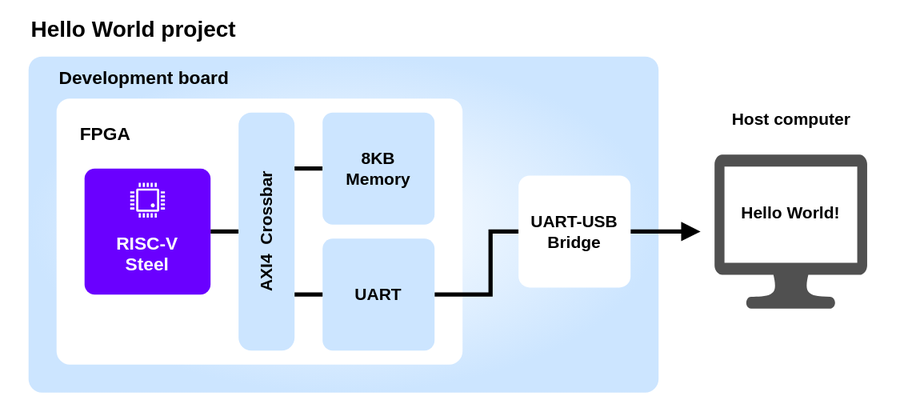
Before: docs/source/images/hello-world.svg, a diagram exported from draw.io (riscv-steel/riscv-steel). Source tidied: cells renumbered, new cells last; positions are measured from the earlier drawing's top-left corner, leaving out a move shared by most shapes.
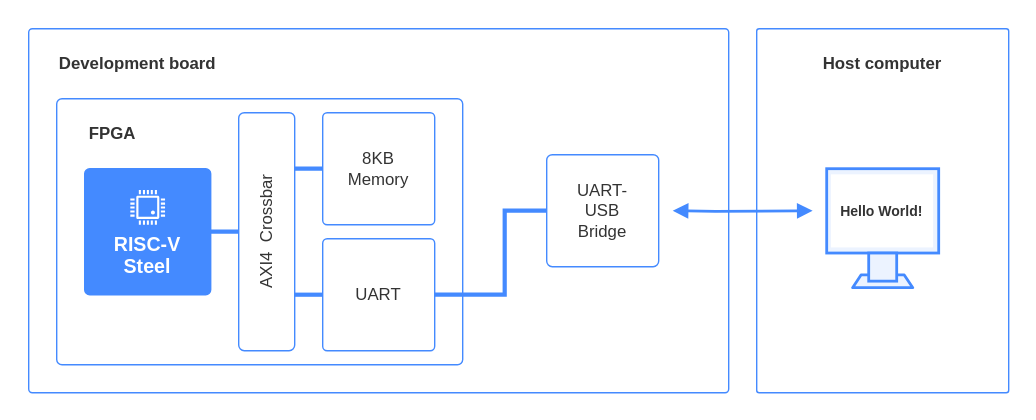
Later version of the same file.

Change to the diagram source:
```diff
@@ -2,81 +2,75 @@
   <root>
     <mxCell id="0" />
     <mxCell id="1" parent="0" />
-    <mxCell id="2" style="rounded=1;whiteSpace=wrap;html=1;fillColor=#FFFFFF;fontColor=#333333;strokeColor=none;gradientColor=none;gradientDirection=radial;strokeWidth=1;arcSize=3;" parent="1" vertex="1">
-      <mxGeometry width="660" height="300" as="geometry" />
+    <mxCell id="2" style="rounded=1;whiteSpace=wrap;html=1;fillColor=#FFFFFF;fontColor=#333333;strokeColor=none;gradientColor=none;gradientDirection=radial;strokeWidth=1;arcSize=1;fontFamily=Helvetica;fontStyle=0;" parent="1" vertex="1">
+      <mxGeometry width="740" height="300" as="geometry" />
     </mxCell>
+    <mxCell id="24" style="rounded=1;whiteSpace=wrap;html=1;strokeWidth=1;gradientColor=none;fillColor=#FFFFFF;gradientDirection=radial;arcSize=1;strokeColor=#448AFF;fontFamily=Helvetica;fontStyle=0;" parent="1" vertex="1">
+      <mxGeometry x="540" y="20" width="180" height="260" as="geometry" />
+    </mxCell>
+    <mxCell id="25" style="fontColor=#0066CC;verticalAlign=top;verticalLabelPosition=bottom;labelPosition=center;align=center;html=1;fillColor=#ECF3FF;strokeColor=#448AFF;gradientColor=none;gradientDirection=north;strokeWidth=1;shape=mxgraph.networks.monitor;" parent="1" vertex="1">
+      <mxGeometry x="590" y="120" width="80" height="85" as="geometry" />
+    </mxCell>
-    <mxCell id="3" style="rounded=1;whiteSpace=wrap;html=1;strokeWidth=1;gradientColor=#CCE5FF;fillColor=#FFFFFF;gradientDirection=radial;arcSize=4;strokeColor=none;" parent="1" vertex="1">
-      <mxGeometry x="20" y="40" width="450" height="240" as="geometry" />
+    <mxCell id="3" style="rounded=1;whiteSpace=wrap;html=1;strokeWidth=1;gradientColor=none;fillColor=#FFFFFF;gradientDirection=radial;arcSize=1;strokeColor=#448AFF;fontFamily=Helvetica;fontStyle=0;" parent="1" vertex="1">
+      <mxGeometry x="20" y="20" width="500" height="260" as="geometry" />
     </mxCell>
-    <mxCell id="4" style="rounded=1;whiteSpace=wrap;html=1;fillColor=#FFFFFF;fontColor=#333333;strokeColor=none;gradientColor=none;gradientDirection=east;strokeWidth=1;arcSize=5;" parent="1" vertex="1">
+    <mxCell id="4" style="rounded=1;whiteSpace=wrap;html=1;fillColor=#FFFFFF;fontColor=#333333;strokeColor=#448AFF;gradientColor=none;gradientDirection=east;strokeWidth=1;arcSize=2;fontFamily=Helvetica;fontStyle=0;" parent="1" vertex="1">
       <mxGeometry x="40" y="70" width="290" height="190" as="geometry" />
     </mxCell>
-    <mxCell id="5" style="edgeStyle=orthogonalEdgeStyle;rounded=0;jettySize=auto;html=1;entryX=0;entryY=0.5;entryDx=0;entryDy=0;strokeWidth=3;startArrow=none;startFill=0;endArrow=none;endFill=0;" parent="1" edge="1" source="6" target="8">
+    <mxCell id="5" style="edgeStyle=orthogonalEdgeStyle;rounded=0;jettySize=auto;html=1;entryX=0;entryY=0.5;entryDx=0;entryDy=0;strokeWidth=3;startArrow=none;startFill=0;endArrow=none;endFill=0;fontFamily=Helvetica;fontStyle=0;strokeColor=#448AFF;" parent="1" edge="1" source="6" target="8">
       <mxGeometry relative="1" as="geometry" />
     </mxCell>
-    <mxCell id="6" value="&lt;br&gt;&lt;br&gt;RISC-V&lt;br style=&quot;font-size: 13px;&quot;&gt;Steel" style="rounded=1;whiteSpace=wrap;html=1;strokeWidth=1;arcSize=8;fontStyle=1;fontSize=13;fontFamily=Helvetica;fillColor=#6A00FF;strokeColor=none;fontColor=#ffffff;" parent="1" vertex="1">
+    <mxCell id="6" value="&lt;font style=&quot;font-size: 9px;&quot;&gt;&lt;br style=&quot;&quot;&gt;&lt;/font&gt;&lt;br style=&quot;font-size: 14px;&quot;&gt;RISC-V&lt;br style=&quot;font-size: 14px;&quot;&gt;Steel" style="rounded=1;whiteSpace=wrap;html=1;strokeWidth=1;arcSize=4;fontStyle=1;fontSize=14;fontFamily=Helvetica;fillColor=#448AFF;strokeColor=#448AFF;fontColor=#FFFFFF;" parent="1" vertex="1">
       <mxGeometry x="60" y="120" width="90" height="90" as="geometry" />
     </mxCell>
-    <mxCell id="7" style="shadow=0;dashed=0;html=1;strokeColor=none;fillColor=#FFFFFF;labelPosition=center;verticalLabelPosition=bottom;verticalAlign=top;align=center;shape=mxgraph.veeam.cpu;" parent="1" vertex="1">
-      <mxGeometry x="92.6" y="130.2" width="24.8" height="24.8" as="geometry" />
+    <mxCell id="7" style="shadow=0;dashed=0;html=1;strokeColor=none;fillColor=#FFFFFF;labelPosition=center;verticalLabelPosition=bottom;verticalAlign=top;align=center;shape=mxgraph.veeam.cpu;fontFamily=Helvetica;fontStyle=0;fontColor=#4D4D4D;strokeWidth=1;" parent="1" vertex="1">
+      <mxGeometry x="92.6" y="135.2" width="24.8" height="24.8" as="geometry" />
     </mxCell>
-    <mxCell id="8" value="AXI4&amp;nbsp; Crossbar" style="rounded=1;whiteSpace=wrap;html=1;strokeWidth=1;arcSize=23;fontStyle=1;fontSize=12;fontFamily=Helvetica;horizontal=0;strokeColor=none;fillColor=#CCE5FF;" parent="1" vertex="1">
+    <mxCell id="8" value="AXI4&amp;nbsp; Crossbar" style="rounded=1;whiteSpace=wrap;html=1;strokeWidth=1;arcSize=10;fontStyle=0;fontSize=12;fontFamily=Helvetica;horizontal=0;strokeColor=#448AFF;fillColor=default;fontColor=#333333;" parent="1" vertex="1">
       <mxGeometry x="170" y="80" width="40" height="170" as="geometry" />
     </mxCell>
-    <mxCell id="9" style="edgeStyle=orthogonalEdgeStyle;rounded=0;jettySize=auto;html=1;entryX=1;entryY=0.235;entryDx=0;entryDy=0;entryPerimeter=0;endArrow=none;endFill=0;strokeWidth=3;" parent="1" edge="1" source="10" target="8">
+    <mxCell id="9" style="edgeStyle=orthogonalEdgeStyle;rounded=0;jettySize=auto;html=1;entryX=1;entryY=0.235;entryDx=0;entryDy=0;entryPerimeter=0;endArrow=none;endFill=0;strokeWidth=3;fontFamily=Helvetica;fontStyle=0;strokeColor=#448AFF;" parent="1" edge="1" source="10" target="8">
       <mxGeometry relative="1" as="geometry" />
     </mxCell>
-    <mxCell id="10" value="8KB&lt;br style=&quot;font-size: 12px;&quot;&gt;Memory" style="rounded=1;whiteSpace=wrap;html=1;strokeWidth=1;arcSize=9;fontStyle=1;fontSize=12;fontFamily=Helvetica;strokeColor=none;fillColor=#CCE5FF;" parent="1" vertex="1">
+    <mxCell id="10" value="8KB&lt;br style=&quot;font-size: 12px;&quot;&gt;Memory" style="rounded=1;whiteSpace=wrap;html=1;strokeWidth=1;arcSize=4;fontStyle=0;fontSize=12;fontFamily=Helvetica;strokeColor=#448AFF;fillColor=default;fontColor=#333333;" parent="1" vertex="1">
       <mxGeometry x="230" y="80" width="80" height="80" as="geometry" />
     </mxCell>
-    <mxCell id="11" style="edgeStyle=orthogonalEdgeStyle;rounded=0;jettySize=auto;html=1;entryX=0;entryY=0.5;entryDx=0;entryDy=0;strokeWidth=3;endArrow=none;endFill=0;startArrow=none;startFill=0;" parent="1" edge="1" source="12" target="16">
+    <mxCell id="11" style="edgeStyle=orthogonalEdgeStyle;rounded=0;jettySize=auto;html=1;entryX=0;entryY=0.5;entryDx=0;entryDy=0;strokeWidth=3;endArrow=none;endFill=0;startArrow=none;startFill=0;fontFamily=Helvetica;fontStyle=0;strokeColor=#448AFF;" parent="1" edge="1" source="12" target="16">
       <mxGeometry relative="1" as="geometry">
         <Array as="points">
-          <mxPoint x="350" y="210" />
-          <mxPoint x="350" y="165" />
+          <mxPoint x="360" y="210" />
+          <mxPoint x="360" y="150" />
         </Array>
       </mxGeometry>
     </mxCell>
-    <mxCell id="12" value="UART" style="rounded=1;whiteSpace=wrap;html=1;strokeWidth=1;arcSize=9;fontStyle=1;fontSize=12;fontFamily=Helvetica;strokeColor=none;fillColor=#CCE5FF;" parent="1" vertex="1">
+    <mxCell id="12" value="UART" style="rounded=1;whiteSpace=wrap;html=1;strokeWidth=1;arcSize=4;fontStyle=0;fontSize=12;fontFamily=Helvetica;strokeColor=#448AFF;fillColor=default;fontColor=#333333;" parent="1" vertex="1">
       <mxGeometry x="230" y="170" width="80" height="80" as="geometry" />
     </mxCell>
-    <mxCell id="13" value="FPGA" style="text;html=1;strokeColor=none;fillColor=none;align=center;verticalAlign=middle;whiteSpace=wrap;rounded=0;fontStyle=1;fontSize=13;fontFamily=Helvetica;" parent="1" vertex="1">
-      <mxGeometry x="40" y="80" width="70" height="30" as="geometry" />
+    <mxCell id="13" value="FPGA" style="text;html=1;strokeColor=none;fillColor=none;align=center;verticalAlign=middle;whiteSpace=wrap;rounded=0;fontStyle=1;fontSize=12;fontFamily=Helvetica;fontColor=#333333;" parent="1" vertex="1">
+      <mxGeometry x="40" y="80" width="80" height="30" as="geometry" />
     </mxCell>
-    <mxCell id="14" value="Development board" style="text;html=1;strokeColor=none;fillColor=none;align=left;verticalAlign=middle;whiteSpace=wrap;rounded=0;fontSize=13;fontStyle=1;fontFamily=Helvetica;" parent="1" vertex="1">
-      <mxGeometry x="40" y="40" width="280" height="30" as="geometry" />
+    <mxCell id="14" value="Development board" style="text;html=1;strokeColor=none;fillColor=none;align=left;verticalAlign=middle;whiteSpace=wrap;rounded=0;fontSize=12;fontStyle=1;fontFamily=Helvetica;fontColor=#333333;" parent="1" vertex="1">
+      <mxGeometry x="40" y="30" width="430" height="30" as="geometry" />
     </mxCell>
-    <mxCell id="15" style="edgeStyle=orthogonalEdgeStyle;rounded=0;jettySize=auto;html=1;strokeWidth=3;endArrow=block;endFill=1;" parent="1" edge="1" source="16">
+    <mxCell id="15" style="edgeStyle=orthogonalEdgeStyle;rounded=0;jettySize=auto;html=1;strokeWidth=2;endArrow=block;endFill=1;fontFamily=Helvetica;fontStyle=0;strokeColor=#448AFF;startArrow=block;startFill=1;entryX=0.222;entryY=0.5;entryDx=0;entryDy=0;entryPerimeter=0;" parent="1" edge="1" target="24">
       <mxGeometry relative="1" as="geometry">
-        <mxPoint x="500" y="165" as="targetPoint" />
+        <mxPoint x="480" y="150" as="sourcePoint" />
       </mxGeometry>
     </mxCell>
-    <mxCell id="16" value="UART-USB&lt;br style=&quot;font-size: 12px;&quot;&gt;Bridge" style="rounded=1;whiteSpace=wrap;html=1;strokeWidth=1;arcSize=10;fontStyle=1;fontSize=12;fontFamily=Helvetica;fillColor=#FFFFFF;strokeColor=none;" parent="1" vertex="1">
-      <mxGeometry x="370" y="125" width="80" height="80" as="geometry" />
+    <mxCell id="16" value="UART-&lt;br&gt;USB&lt;br style=&quot;font-size: 12px;&quot;&gt;Bridge" style="rounded=1;whiteSpace=wrap;html=1;strokeWidth=1;arcSize=5;fontStyle=0;fontSize=12;fontFamily=Helvetica;fillColor=#FFFFFF;strokeColor=#448AFF;spacingTop=0;spacing=2;fontColor=#333333;" parent="1" vertex="1">
+      <mxGeometry x="390" y="110" width="80" height="80" as="geometry" />
     </mxCell>
-    <mxCell id="17" value="Host computer" style="text;html=1;strokeColor=none;fillColor=none;align=center;verticalAlign=middle;whiteSpace=wrap;rounded=0;fontStyle=1;fontFamily=Helvetica;" parent="1" vertex="1">
-      <mxGeometry x="494.5" y="70" width="140" height="30" as="geometry" />
+    <mxCell id="17" value="Host computer" style="text;html=1;strokeColor=none;fillColor=none;align=center;verticalAlign=middle;whiteSpace=wrap;rounded=0;fontStyle=1;fontFamily=Helvetica;fontSize=12;fontColor=#333333;" parent="1" vertex="1">
+      <mxGeometry x="540" y="30" width="180" height="30" as="geometry" />
     </mxCell>
-    <mxCell id="18" style="edgeStyle=orthogonalEdgeStyle;rounded=0;orthogonalLoop=1;jettySize=auto;html=1;entryX=1;entryY=0.235;entryDx=0;entryDy=0;entryPerimeter=0;endArrow=none;endFill=0;strokeWidth=3;" parent="1" edge="1">
+    <mxCell id="18" style="edgeStyle=orthogonalEdgeStyle;rounded=0;orthogonalLoop=1;jettySize=auto;html=1;entryX=1;entryY=0.235;entryDx=0;entryDy=0;entryPerimeter=0;endArrow=none;endFill=0;strokeWidth=3;fontFamily=Helvetica;fontStyle=0;strokeColor=#448AFF;" parent="1" edge="1">
       <mxGeometry relative="1" as="geometry">
         <mxPoint x="230" y="210" as="sourcePoint" />
         <mxPoint x="210" y="210" as="targetPoint" />
       </mxGeometry>
     </mxCell>
-    <mxCell id="19" value="Hello World project" style="text;html=1;strokeColor=none;fillColor=none;align=left;verticalAlign=middle;whiteSpace=wrap;rounded=0;fontSize=16;fontStyle=1;fontFamily=Helvetica;" parent="1" vertex="1">
-      <mxGeometry x="20" width="280" height="40" as="geometry" />
-    </mxCell>
-    <mxCell id="20" style="group;fontFamily=Helvetica;" parent="1" vertex="1">
-      <mxGeometry x="510" y="110" width="109" height="110" as="geometry" />
-    </mxCell>
-    <mxCell id="21" style="rounded=0;whiteSpace=wrap;html=1;strokeColor=#FFFFFF;" parent="20" vertex="1">
-      <mxGeometry x="6.2" y="7.4" width="96.7" height="70" as="geometry" />
-    </mxCell>
-    <mxCell id="22" style="sketch=0;shadow=0;dashed=0;html=1;strokeColor=none;fillColor=#505050;labelPosition=center;verticalLabelPosition=bottom;verticalAlign=top;align=center;shape=mxgraph.office.devices.lcd_monitor;" parent="20" vertex="1">
-      <mxGeometry width="109" height="110" as="geometry" />
-    </mxCell>
-    <mxCell id="23" value="&lt;font face=&quot;Helvetica&quot;&gt;Hello World!&lt;/font&gt;" style="text;html=1;strokeColor=none;fillColor=none;align=center;verticalAlign=middle;whiteSpace=wrap;rounded=0;fontStyle=1;fontColor=#000000;fontFamily=Tahoma;" parent="20" vertex="1">
-      <mxGeometry x="15.8" y="29.7" width="77.3" height="25.4" as="geometry" />
+    <mxCell id="23" value="&lt;font style=&quot;font-size: 10px;&quot;&gt;Hello World!&lt;/font&gt;" style="text;html=1;strokeColor=none;fillColor=none;align=center;verticalAlign=middle;whiteSpace=wrap;rounded=0;fontStyle=1;fontColor=#333333;fontFamily=Helvetica;fontSize=10;" parent="1" vertex="1">
+      <mxGeometry x="591.3" y="122.5" width="77.3" height="55.1" as="geometry" />
     </mxCell>
   </root>
 </mxGraphModel>
```
